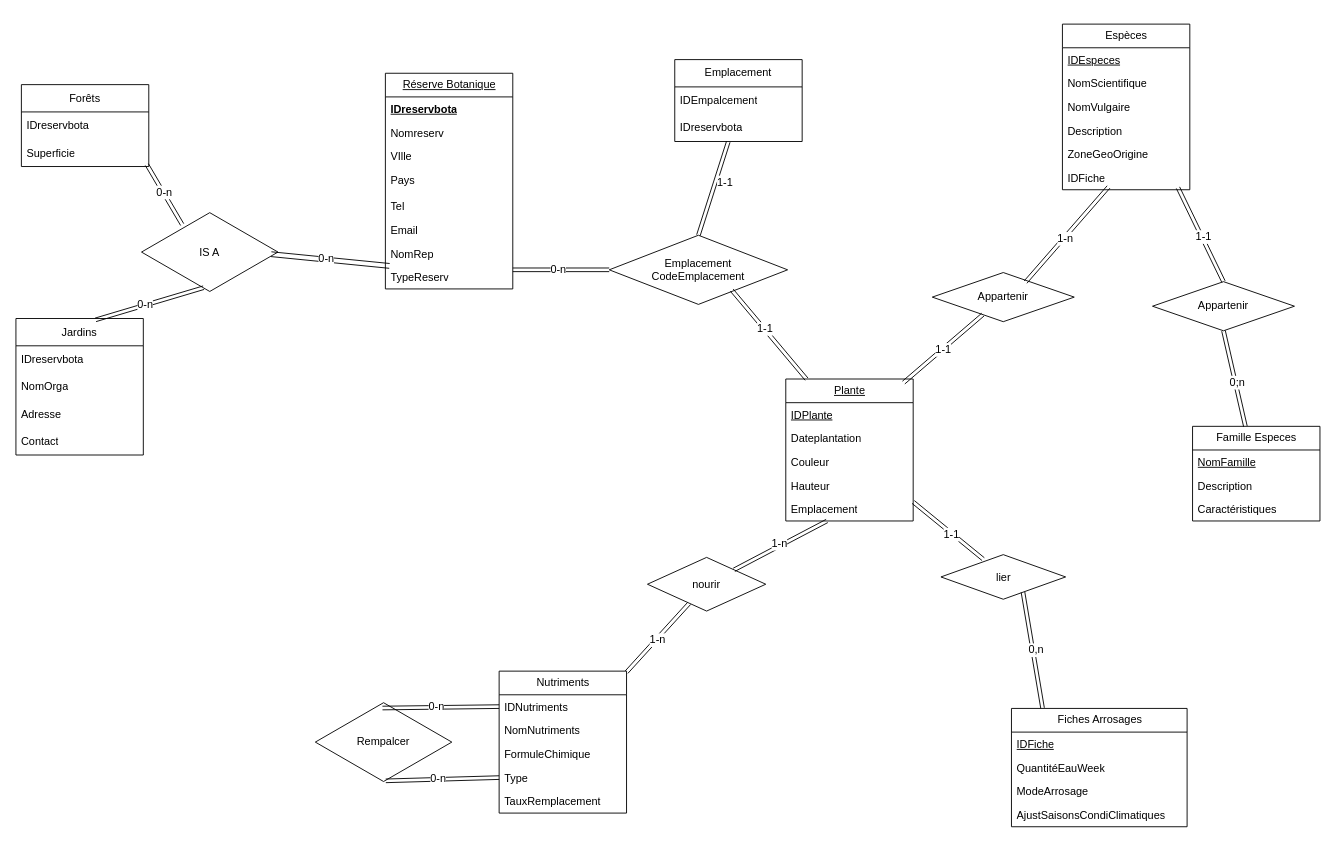
This is SAE3/Untitled Diagram.drawio from korasrar/Work, a draw.io file, before an edit. Source tidied: cells renumbered, new cells numbered last; positions are measured from the earlier drawing's top-left corner, leaving out a move shared by most shapes. Both pictures are drawn from the tidied source at 91%, with x=0, y=0 at pixel (15, 24).
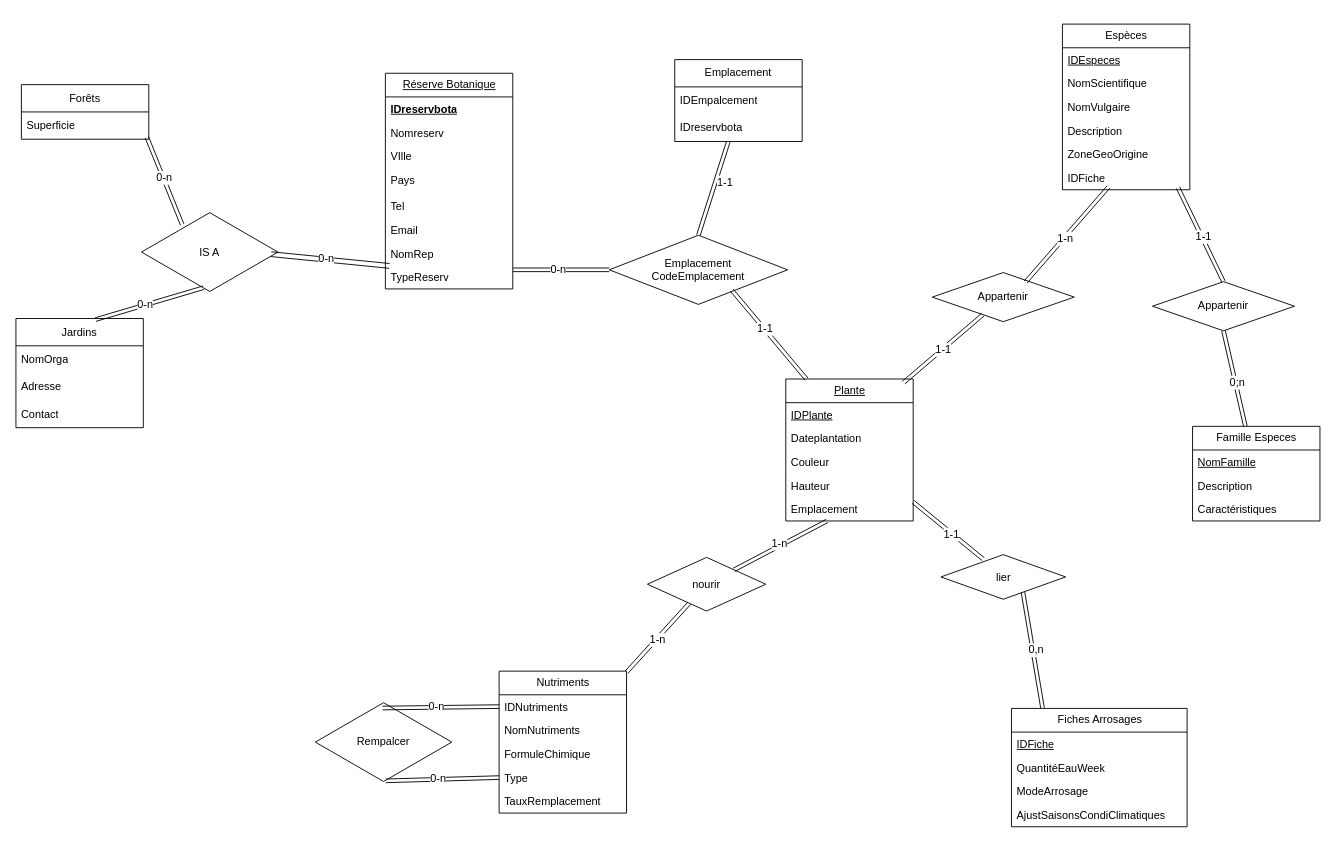
The same page after the edit.

Commit message:
Mettre à jour Untitled Diagram.drawio

What changed in the source:
```diff
@@
     <mxCell id="70" value="Forêts" style="swimlane;fontStyle=0;horizontal=1;startSize=30;whiteSpace=wrap;html=1;" parent="1" vertex="1">
-      <mxGeometry x="6" y="66.5" width="140" height="90" as="geometry" />
+      <mxGeometry x="6" y="66.5" width="140" height="60" as="geometry" />
     </mxCell>
-    <mxCell id="71" value="IDreservbota" style="text;strokeColor=none;fillColor=none;align=left;verticalAlign=middle;spacingLeft=4;spacingRight=4;overflow=hidden;whiteSpace=wrap;html=1;" parent="70" vertex="1">
-      <mxGeometry y="30" width="140" height="30" as="geometry" />
-    </mxCell>
     <mxCell id="72" value="Superficie" style="text;strokeColor=none;fillColor=none;align=left;verticalAlign=middle;spacingLeft=4;spacingRight=4;overflow=hidden;points=[[0,0.5],[1,0.5]];portConstraint=eastwest;whiteSpace=wrap;html=1;" parent="70" vertex="1">
-      <mxGeometry y="60" width="140" height="30" as="geometry" />
+      <mxGeometry y="30" width="140" height="30" as="geometry" />
     </mxCell>
     <mxCell id="73" value="Jardins" style="swimlane;fontStyle=0;horizontal=1;startSize=30;whiteSpace=wrap;html=1;" parent="1" vertex="1">
-      <mxGeometry y="323.5" width="140" height="150" as="geometry" />
+      <mxGeometry y="323.5" width="140" height="120" as="geometry" />
     </mxCell>
-    <mxCell id="74" value="IDreservbota" style="text;strokeColor=none;fillColor=none;align=left;verticalAlign=middle;spacingLeft=4;spacingRight=4;overflow=hidden;whiteSpace=wrap;html=1;" parent="73" vertex="1">
-      <mxGeometry y="30" width="140" height="30" as="geometry" />
-    </mxCell>
     <mxCell id="75" value="NomOrga" style="text;strokeColor=none;fillColor=none;align=left;verticalAlign=middle;spacingLeft=4;spacingRight=4;overflow=hidden;whiteSpace=wrap;html=1;" parent="73" vertex="1">
-      <mxGeometry y="60" width="140" height="30" as="geometry" />
+      <mxGeometry y="30" width="140" height="30" as="geometry" />
     </mxCell>
     <mxCell id="76" value="Adresse" style="text;strokeColor=none;fillColor=none;align=left;verticalAlign=middle;spacingLeft=4;spacingRight=4;overflow=hidden;whiteSpace=wrap;html=1;" parent="73" vertex="1">
-      <mxGeometry y="90" width="140" height="30" as="geometry" />
+      <mxGeometry y="60" width="140" height="30" as="geometry" />
     </mxCell>
     <mxCell id="77" value="Contact" style="text;strokeColor=none;fillColor=none;align=left;verticalAlign=middle;spacingLeft=4;spacingRight=4;overflow=hidden;whiteSpace=wrap;html=1;" parent="73" vertex="1">
-      <mxGeometry y="120" width="140" height="30" as="geometry" />
+      <mxGeometry y="90" width="140" height="30" as="geometry" />
     </mxCell>
```
